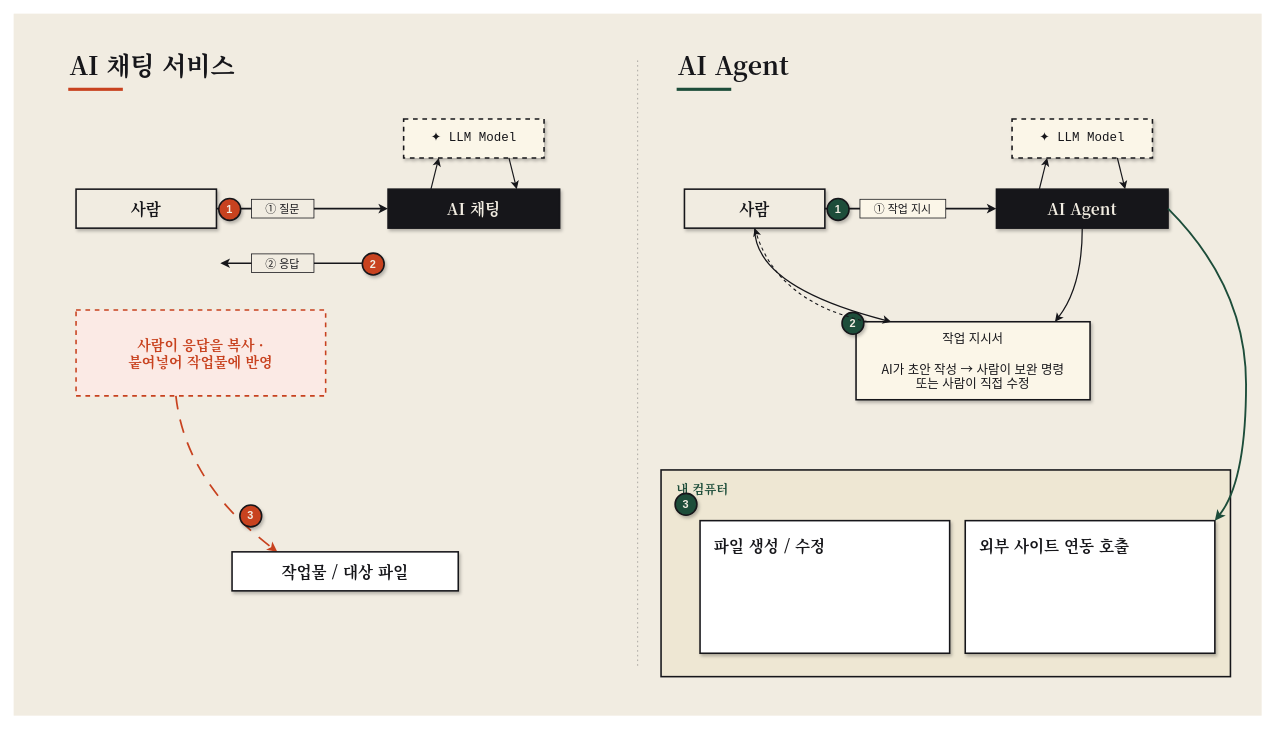
The draw.io diagram 20260426-ai-gent/ai-gent-flow.drawio in benelog/presentations, before the edit. Source tidied: cells renumbered, new cells numbered last; positions are measured from the earlier drawing's top-left corner, leaving out a move shared by most shapes. Both pictures are drawn from the tidied source at 78%, with x=0, y=0 at pixel (13, 13).
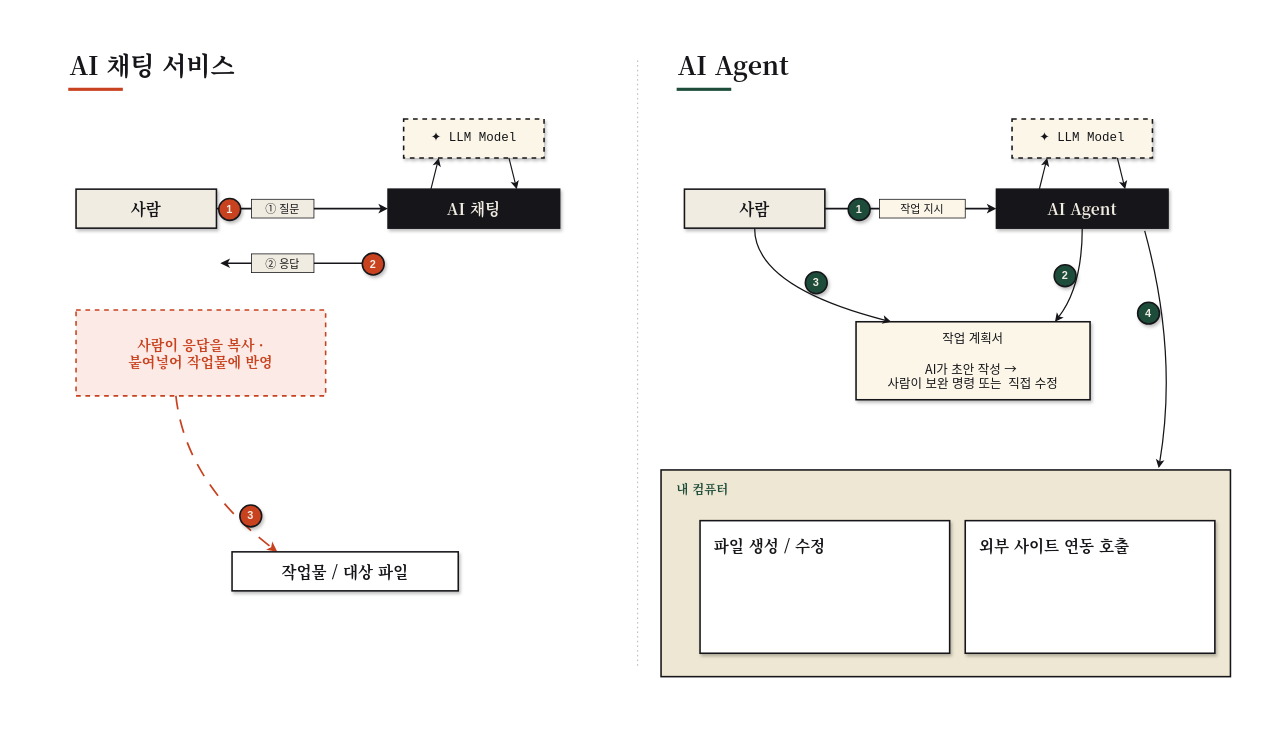
Above is the later version.

Commit message (it also covers changes not shown here):
Refine AI agent diagram and add drawio build script

Unchanged cells that the change refers to:
```xml
<mxCell id="24" value="사람" style="rounded=0;whiteSpace=wrap;html=1;fillColor=#f1ece1;strokeColor=#16161a;strokeWidth=2;fontSize=20;fontStyle=1;shadow=1;fontFamily=Noto Serif CJK KR;fontColor=#16161a;" parent="1" vertex="1">
  <mxGeometry x="860" y="225" width="180" height="50" as="geometry" />
</mxCell>
<mxCell id="25" value="AI Agent" style="rounded=0;whiteSpace=wrap;html=1;fillColor=#16161a;strokeColor=#16161a;strokeWidth=2;fontSize=20;fontStyle=1;fontColor=#f1ece1;shadow=1;fontFamily=Noto Serif CJK KR;" parent="1" vertex="1">
  <mxGeometry x="1260" y="225" width="220" height="50" as="geometry" />
</mxCell>
<mxCell id="36" value="내 컴퓨터" style="rounded=0;whiteSpace=wrap;html=1;fillColor=#eee7d3;strokeColor=#16161a;strokeWidth=2;fontSize=16;fontStyle=1;fontFamily=Noto Serif CJK KR;fontColor=#1d4d3a;align=left;verticalAlign=top;spacingLeft=18;spacingTop=8;" parent="1" vertex="1">
  <mxGeometry x="830" y="585" width="730" height="265" as="geometry" />
</mxCell>
<mxCell id="38" value="외부 사이트 연동 호출" style="rounded=0;whiteSpace=wrap;html=1;fillColor=#ffffff;strokeColor=#16161a;strokeWidth=2;fontSize=20;fontStyle=1;shadow=1;fontFamily=Noto Serif CJK KR;fontColor=#16161a;align=left;verticalAlign=top;spacingLeft=16;spacingTop=14;" parent="1" vertex="1">
  <mxGeometry x="1220" y="650" width="320" height="170" as="geometry" />
</mxCell>
```

The edit, as a diff of the source:
```diff
@@
-    <mxCell id="2" style="rounded=0;whiteSpace=wrap;html=1;fillColor=#f1ece1;strokeColor=none;" parent="1" vertex="1">
-      <mxGeometry width="1600" height="900" as="geometry" />
-    </mxCell>
@@
-    <mxCell id="27" value="① 작업 지시" style="rounded=0;whiteSpace=wrap;html=1;fillColor=#fbf6e8;strokeColor=#16161a;strokeWidth=1;fontSize=14;fontFamily=Noto Sans CJK KR;fontColor=#16161a;" parent="1" vertex="1">
-      <mxGeometry x="1085" y="238" width="110" height="24" as="geometry" />
+    <mxCell id="27" value="작업 지시" style="rounded=0;whiteSpace=wrap;html=1;fillColor=#fbf6e8;strokeColor=#16161a;strokeWidth=1;fontSize=14;fontFamily=Noto Sans CJK KR;fontColor=#16161a;" parent="1" vertex="1">
+      <mxGeometry x="1110" y="238" width="110" height="24" as="geometry" />
     </mxCell>
     <mxCell id="28" value="1" style="ellipse;whiteSpace=wrap;html=1;fillColor=#1d4d3a;strokeColor=#16161a;strokeWidth=2;fontColor=#f1ece1;fontStyle=1;fontSize=14;shadow=1;" parent="1" vertex="1">
-      <mxGeometry x="1043" y="237" width="28" height="28" as="geometry" />
+      <mxGeometry x="1070" y="237" width="28" height="28" as="geometry" />
     </mxCell>
@@
-    <mxCell id="31" value="작업 지시서&#10;&#10;AI가 초안 작성 → 사람이 보완 명령&#10;또는 사람이 직접 수정" style="rounded=0;whiteSpace=wrap;html=1;fillColor=#fbf6e8;strokeColor=#16161a;strokeWidth=2;fontSize=16;fontStyle=0;shadow=1;fontFamily=Noto Sans CJK KR;fontColor=#16161a;align=center;verticalAlign=middle;" parent="1" vertex="1">
+    <mxCell id="31" value="작업 계획서&lt;br&gt;&lt;br&gt;AI가 초안 작성 →&amp;nbsp;&lt;div&gt;&lt;span style=&quot;background-color: transparent; color: light-dark(rgb(22, 22, 26), rgb(218, 218, 221));&quot;&gt;사람이 보완 명령&amp;nbsp;&lt;/span&gt;&lt;span style=&quot;background-color: transparent; color: light-dark(rgb(22, 22, 26), rgb(218, 218, 221));&quot;&gt;또는&amp;nbsp; 직접 수정&lt;/span&gt;&lt;/div&gt;" style="rounded=0;whiteSpace=wrap;html=1;fillColor=#fbf6e8;strokeColor=#16161a;strokeWidth=2;fontSize=16;fontStyle=0;shadow=1;fontFamily=Noto Sans CJK KR;fontColor=#16161a;align=center;verticalAlign=middle;" parent="1" vertex="1">
       <mxGeometry x="1080" y="395" width="300" height="100" as="geometry" />
     </mxCell>
-    <mxCell id="32" value="2" style="ellipse;whiteSpace=wrap;html=1;fillColor=#1d4d3a;strokeColor=#16161a;strokeWidth=2;fontColor=#f1ece1;fontStyle=1;fontSize=14;shadow=1;" parent="1" vertex="1">
-      <mxGeometry x="1062" y="383" width="28" height="28" as="geometry" />
+    <mxCell id="32" value="3" style="ellipse;whiteSpace=wrap;html=1;fillColor=#1d4d3a;strokeColor=#16161a;strokeWidth=2;fontColor=#f1ece1;fontStyle=1;fontSize=14;shadow=1;" parent="1" vertex="1">
+      <mxGeometry x="1015" y="331" width="28" height="28" as="geometry" />
     </mxCell>
@@
-    <mxCell id="35" style="endArrow=classic;html=1;curved=1;rounded=0;strokeColor=#16161a;strokeWidth=1.4;dashed=1;dashPattern=3 3;exitX=0.05;exitY=0;exitDx=0;exitDy=0;entryX=0.5;entryY=1;entryDx=0;entryDy=0;" parent="1" edge="1" source="31" target="24">
-      <mxGeometry relative="1" as="geometry">
-        <Array as="points">
-          <mxPoint x="980" y="370" />
-        </Array>
-      </mxGeometry>
-    </mxCell>
@@
-    <mxCell id="39" value="3" style="ellipse;whiteSpace=wrap;html=1;fillColor=#1d4d3a;strokeColor=#16161a;strokeWidth=2;fontColor=#f1ece1;fontStyle=1;fontSize=14;shadow=1;" parent="1" vertex="1">
-      <mxGeometry x="848" y="615" width="28" height="28" as="geometry" />
-    </mxCell>
-    <mxCell id="40" style="endArrow=classic;html=1;curved=1;rounded=0;strokeColor=#1d4d3a;strokeWidth=2.4;exitX=1;exitY=0.5;exitDx=0;exitDy=0;entryX=1;entryY=0;entryDx=0;entryDy=0;" parent="1" edge="1" source="25" target="38">
-      <mxGeometry relative="1" as="geometry">
-        <Array as="points">
-          <mxPoint x="1580" y="350" />
-          <mxPoint x="1580" y="600" />
-        </Array>
-      </mxGeometry>
-    </mxCell>
+    <mxCell id="41" value="2" style="ellipse;whiteSpace=wrap;html=1;fillColor=#1d4d3a;strokeColor=#16161a;strokeWidth=2;fontColor=#f1ece1;fontStyle=1;fontSize=14;shadow=1;" parent="1" vertex="1">
+      <mxGeometry x="1334" y="322" width="28" height="28" as="geometry" />
+    </mxCell>
+    <mxCell id="42" value="4" style="ellipse;whiteSpace=wrap;html=1;fillColor=#1d4d3a;strokeColor=#16161a;strokeWidth=2;fontColor=#f1ece1;fontStyle=1;fontSize=14;shadow=1;" parent="1" vertex="1">
+      <mxGeometry x="1441" y="370" width="28" height="28" as="geometry" />
+    </mxCell>
+    <mxCell id="43" style="endArrow=classic;html=1;curved=1;rounded=0;strokeColor=#16161a;strokeWidth=1.6;exitX=0.864;exitY=1.07;exitDx=0;exitDy=0;entryX=0.874;entryY=-0.009;entryDx=0;entryDy=0;exitPerimeter=0;entryPerimeter=0;" parent="1" edge="1" source="25" target="36">
+      <mxGeometry relative="1" as="geometry">
+        <Array as="points">
+          <mxPoint x="1493" y="435" />
+        </Array>
+      </mxGeometry>
+    </mxCell>
```
